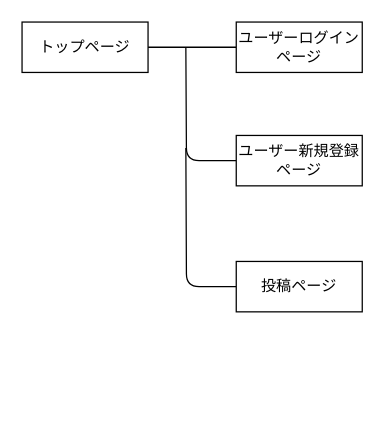
HirokoNagaya/bus-schedule-37808 keeps this draw.io diagram as bus-schedule-st.dio. Above is the earlier version. Source tidied: cells renumbered, new cells numbered last; positions are measured from the earlier drawing's top-left corner, leaving out a move shared by most shapes. Both pictures are drawn from the tidied source at 126%, with x=0, y=0 at pixel (21, 21).
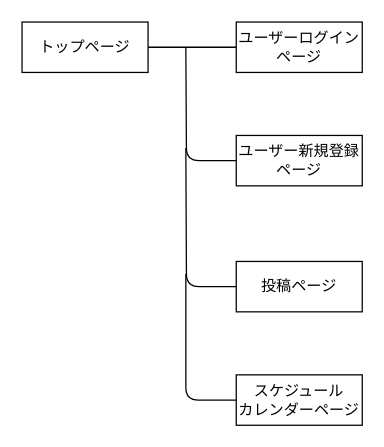
After the change.

Change to the diagram source:
```diff
@@
 <mxGraphModel>
   <root>
     <mxCell id="0" />
     <mxCell id="1" parent="0" />
     <mxCell id="2" style="edgeStyle=orthogonalEdgeStyle;html=1;entryX=0;entryY=0.5;entryDx=0;entryDy=0;endArrow=none;endFill=0;" parent="1" edge="1" source="3" target="4">
       <mxGeometry relative="1" as="geometry" />
     </mxCell>
     <mxCell id="3" value="トップページ" style="whiteSpace=wrap;html=1;align=center;" parent="1" vertex="1">
       <mxGeometry width="100" height="40" as="geometry" />
     </mxCell>
     <mxCell id="4" value="ユーザーログインページ" style="whiteSpace=wrap;html=1;align=center;" parent="1" vertex="1">
       <mxGeometry x="170" width="100" height="40" as="geometry" />
     </mxCell>
     <mxCell id="5" style="edgeStyle=orthogonalEdgeStyle;html=1;endArrow=none;endFill=0;" parent="1" edge="1" source="6">
       <mxGeometry relative="1" as="geometry">
         <mxPoint x="130" y="20" as="targetPoint" />
       </mxGeometry>
     </mxCell>
     <mxCell id="6" value="ユーザー新規登録ページ" style="whiteSpace=wrap;html=1;align=center;" parent="1" vertex="1">
       <mxGeometry x="170" y="90" width="100" height="40" as="geometry" />
     </mxCell>
     <mxCell id="7" style="edgeStyle=orthogonalEdgeStyle;html=1;exitX=0;exitY=0.5;exitDx=0;exitDy=0;endArrow=none;endFill=0;" parent="1" edge="1" source="8">
       <mxGeometry relative="1" as="geometry">
         <mxPoint x="130" y="100" as="targetPoint" />
       </mxGeometry>
     </mxCell>
     <mxCell id="8" value="投稿ページ" style="whiteSpace=wrap;html=1;align=center;" parent="1" vertex="1">
       <mxGeometry x="170" y="190" width="100" height="40" as="geometry" />
     </mxCell>
+    <mxCell id="9" style="edgeStyle=none;html=1;endArrow=none;endFill=0;exitX=0;exitY=0.5;exitDx=0;exitDy=0;" parent="1" edge="1" source="10">
+      <mxGeometry relative="1" as="geometry">
+        <mxPoint x="130" y="200" as="targetPoint" />
+        <Array as="points">
+          <mxPoint x="130" y="300" />
+        </Array>
+      </mxGeometry>
+    </mxCell>
+    <mxCell id="10" value="スケジュール&lt;br&gt;カレンダーページ" style="rounded=0;whiteSpace=wrap;html=1;" parent="1" vertex="1">
+      <mxGeometry x="170" y="280" width="100" height="40" as="geometry" />
+    </mxCell>
   </root>
 </mxGraphModel>
```
